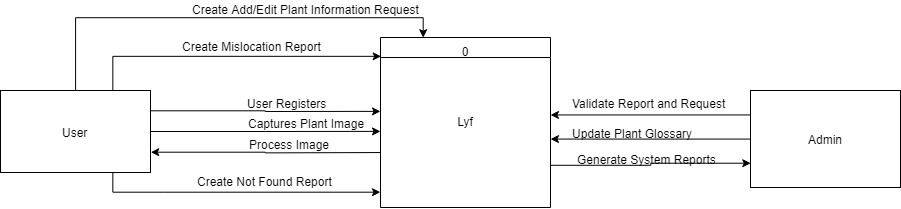
Earlier version of the draw.io export Documentations/Diagrams/4-Context Flow Diagram/Context Flow Diagram.png (seans888/project--lyf). Source tidied: cells renumbered, new cells last; positions are measured from the earlier drawing's top-left corner, leaving out a move shared by most shapes. The source it was exported from:
```xml
<mxGraphModel>
  <root>
    <mxCell id="0" />
    <mxCell id="1" parent="0" />
    <mxCell id="2" style="edgeStyle=orthogonalEdgeStyle;rounded=0;jettySize=auto;html=1;exitX=1;exitY=0.75;exitDx=0;exitDy=0;entryX=0;entryY=0.75;entryDx=0;entryDy=0;" parent="1" edge="1" source="3" target="18">
      <mxGeometry relative="1" as="geometry">
        <Array as="points">
          <mxPoint x="650" y="165" />
          <mxPoint x="650" y="163" />
        </Array>
      </mxGeometry>
    </mxCell>
    <mxCell id="3" value="0&#10;&#10;&#10;&#10;&#10;Lyf&#10;" style="swimlane;fontStyle=0;horizontal=1;startSize=20;fillColor=#ffffff;swimlaneFillColor=#ffffff;verticalAlign=top;" parent="1" vertex="1">
      <mxGeometry x="380" y="37" width="170" height="170" as="geometry" />
    </mxCell>
    <mxCell id="4" style="edgeStyle=orthogonalEdgeStyle;rounded=0;html=1;exitX=0.75;exitY=0;exitDx=0;exitDy=0;entryX=0.003;entryY=0.109;entryDx=0;entryDy=0;entryPerimeter=0;jettySize=auto;" parent="1" edge="1" source="10" target="3">
      <mxGeometry relative="1" as="geometry" />
    </mxCell>
    <mxCell id="5" style="edgeStyle=orthogonalEdgeStyle;rounded=0;html=1;exitX=1;exitY=0.25;exitDx=0;exitDy=0;jettySize=auto;" parent="1" edge="1" source="10">
      <mxGeometry relative="1" as="geometry">
        <mxPoint x="380" y="110.9" as="targetPoint" />
      </mxGeometry>
    </mxCell>
    <mxCell id="6" style="edgeStyle=orthogonalEdgeStyle;rounded=0;html=1;exitX=1;exitY=0.5;exitDx=0;exitDy=0;jettySize=auto;" parent="1" edge="1" source="10">
      <mxGeometry relative="1" as="geometry">
        <mxPoint x="380" y="130.9" as="targetPoint" />
      </mxGeometry>
    </mxCell>
    <mxCell id="7" style="edgeStyle=orthogonalEdgeStyle;rounded=0;html=1;exitX=1;exitY=0.75;exitDx=0;exitDy=0;jettySize=auto;entryX=1;entryY=0.75;entryDx=0;entryDy=0;" parent="1" edge="1" target="10">
      <mxGeometry relative="1" as="geometry">
        <mxPoint x="380" y="152.1" as="sourcePoint" />
      </mxGeometry>
    </mxCell>
    <mxCell id="8" style="edgeStyle=orthogonalEdgeStyle;rounded=0;html=1;exitX=0.75;exitY=1;exitDx=0;exitDy=0;jettySize=auto;" parent="1" edge="1" source="10">
      <mxGeometry relative="1" as="geometry">
        <mxPoint x="380" y="192" as="targetPoint" />
        <Array as="points">
          <mxPoint x="163" y="192" />
          <mxPoint x="380" y="192" />
        </Array>
      </mxGeometry>
    </mxCell>
    <mxCell id="9" style="edgeStyle=orthogonalEdgeStyle;rounded=0;jettySize=auto;html=1;exitX=0.5;exitY=0;exitDx=0;exitDy=0;entryX=0.25;entryY=0;entryDx=0;entryDy=0;" parent="1" edge="1" source="10" target="3">
      <mxGeometry relative="1" as="geometry" />
    </mxCell>
    <mxCell id="10" value="User" style="html=1;dashed=0;whitespace=wrap;" parent="1" vertex="1">
      <mxGeometry y="90" width="150" height="82" as="geometry" />
    </mxCell>
    <mxCell id="11" value="Create Mislocation Report" style="text;html=1;align=left;verticalAlign=top;spacingTop=-4;" parent="1" vertex="1">
      <mxGeometry x="180" y="37" width="150" height="20" as="geometry" />
    </mxCell>
    <mxCell id="12" value="User Registers" style="text;html=1;align=left;verticalAlign=top;spacingTop=-4;" parent="1" vertex="1">
      <mxGeometry x="245" y="94" width="90" height="20" as="geometry" />
    </mxCell>
    <mxCell id="13" value="Captures Plant Image" style="text;html=1;align=left;verticalAlign=top;spacingTop=-4;" parent="1" vertex="1">
      <mxGeometry x="246" y="114" width="130" height="20" as="geometry" />
    </mxCell>
    <mxCell id="14" value="Process Image" style="text;html=1;align=left;verticalAlign=top;spacingTop=-4;" parent="1" vertex="1">
      <mxGeometry x="247" y="135" width="100" height="20" as="geometry" />
    </mxCell>
    <mxCell id="15" value="Create Not Found Report" style="text;html=1;align=left;verticalAlign=top;spacingTop=-4;" parent="1" vertex="1">
      <mxGeometry x="195" y="172" width="150" height="20" as="geometry" />
    </mxCell>
    <mxCell id="16" style="edgeStyle=orthogonalEdgeStyle;rounded=0;jettySize=auto;html=1;exitX=0;exitY=0.25;exitDx=0;exitDy=0;" parent="1" edge="1" source="18">
      <mxGeometry relative="1" as="geometry">
        <mxPoint x="550" y="114.4" as="targetPoint" />
      </mxGeometry>
    </mxCell>
    <mxCell id="17" style="edgeStyle=orthogonalEdgeStyle;rounded=0;jettySize=auto;html=1;exitX=0;exitY=0.5;exitDx=0;exitDy=0;" parent="1" edge="1" source="18">
      <mxGeometry relative="1" as="geometry">
        <mxPoint x="550" y="138.6" as="targetPoint" />
      </mxGeometry>
    </mxCell>
    <mxCell id="18" value="Admin" style="html=1;dashed=0;whitespace=wrap;" parent="1" vertex="1">
      <mxGeometry x="750" y="90" width="150" height="97" as="geometry" />
    </mxCell>
    <mxCell id="19" value="Validate Report and Request" style="text;html=1;align=left;verticalAlign=top;spacingTop=-4;" parent="1" vertex="1">
      <mxGeometry x="570" y="94" width="170" height="20" as="geometry" />
    </mxCell>
    <mxCell id="20" value="Update Plant Glossary" style="text;html=1;align=left;verticalAlign=top;spacingTop=-4;" parent="1" vertex="1">
      <mxGeometry x="570" y="124" width="140" height="10" as="geometry" />
    </mxCell>
    <mxCell id="21" value="Create Add/Edit Plant Information Request" style="text;html=1;align=left;verticalAlign=top;spacingTop=-4;" parent="1" vertex="1">
      <mxGeometry x="190" width="240" height="10" as="geometry" />
    </mxCell>
    <mxCell id="22" value="Generate System Reports" style="text;html=1;align=left;verticalAlign=top;spacingTop=-4;" parent="1" vertex="1">
      <mxGeometry x="575" y="150" width="150" height="10" as="geometry" />
    </mxCell>
  </root>
</mxGraphModel>
```
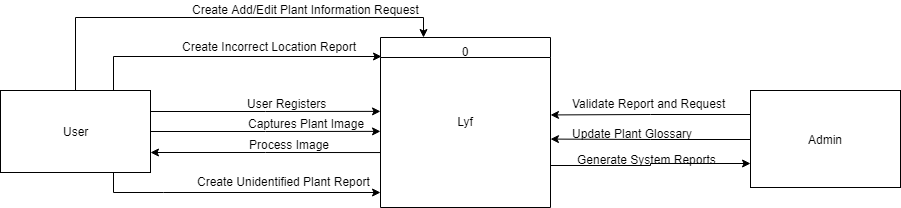
The same diagram one commit later.

The edit, as a diff of the source:
```diff
@@ -46,8 +46,8 @@
     <mxCell id="10" value="User" style="html=1;dashed=0;whitespace=wrap;" parent="1" vertex="1">
       <mxGeometry y="90" width="150" height="82" as="geometry" />
     </mxCell>
-    <mxCell id="11" value="Create Mislocation Report" style="text;html=1;align=left;verticalAlign=top;spacingTop=-4;" parent="1" vertex="1">
-      <mxGeometry x="180" y="37" width="150" height="20" as="geometry" />
+    <mxCell id="11" value="Create Incorrect Location Report" style="text;html=1;align=left;verticalAlign=top;spacingTop=-4;" parent="1" vertex="1">
+      <mxGeometry x="180" y="37" width="190" height="20" as="geometry" />
     </mxCell>
     <mxCell id="12" value="User Registers" style="text;html=1;align=left;verticalAlign=top;spacingTop=-4;" parent="1" vertex="1">
       <mxGeometry x="245" y="94" width="90" height="20" as="geometry" />
@@ -58,8 +58,8 @@
     <mxCell id="14" value="Process Image" style="text;html=1;align=left;verticalAlign=top;spacingTop=-4;" parent="1" vertex="1">
       <mxGeometry x="247" y="135" width="100" height="20" as="geometry" />
     </mxCell>
-    <mxCell id="15" value="Create Not Found Report" style="text;html=1;align=left;verticalAlign=top;spacingTop=-4;" parent="1" vertex="1">
-      <mxGeometry x="195" y="172" width="150" height="20" as="geometry" />
+    <mxCell id="15" value="Create Unidentified Plant Report" style="text;html=1;align=left;verticalAlign=top;spacingTop=-4;" parent="1" vertex="1">
+      <mxGeometry x="195" y="172" width="190" height="20" as="geometry" />
     </mxCell>
     <mxCell id="16" style="edgeStyle=orthogonalEdgeStyle;rounded=0;jettySize=auto;html=1;exitX=0;exitY=0.25;exitDx=0;exitDy=0;" parent="1" edge="1" source="18">
       <mxGeometry relative="1" as="geometry">
```
